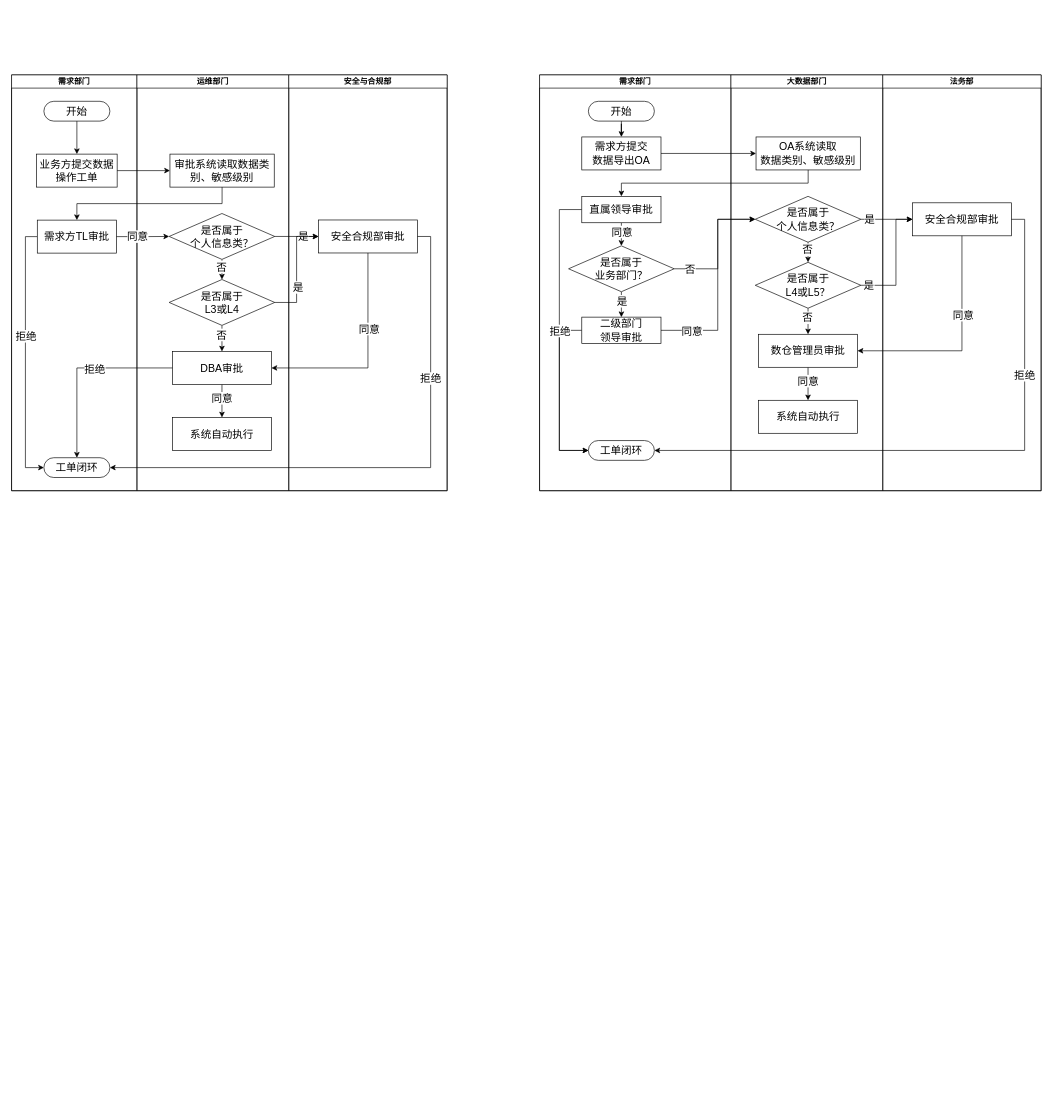
The draw.io diagram 数据分级保护各场景流程图.drawio in hongweilv-whu/flowCharts, before the edit. Source tidied: cells renumbered, new cells numbered last; positions are measured from the earlier drawing's top-left corner, leaving out a move shared by most shapes. Both pictures are drawn from the tidied source at 66%, with x=0, y=0 at pixel (11, 75).
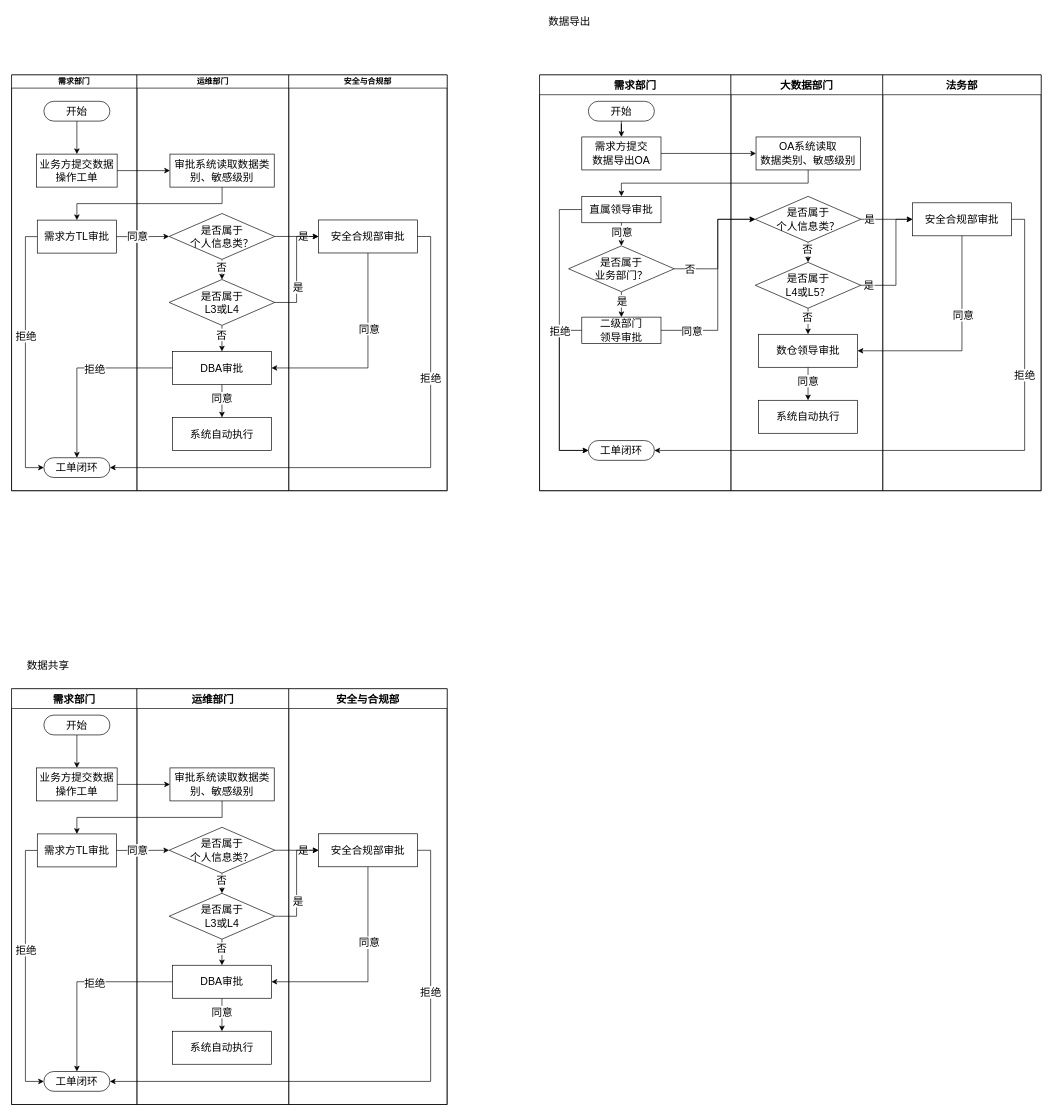
Above is the later version.

Commit message (it also covers changes not shown here):
更新数据分级保护各场景流程图.drawio

Unchanged cells that the change refers to:
```xml
<mxCell id="39" style="swimlane;startSize=0;horizontal=0;" parent="1" vertex="1">
  <mxGeometry x="800" width="760" height="630" as="geometry" />
</mxCell>
```

What changed in the source:
```diff
@@
-    <mxCell id="40" value="需求部门" style="swimlane;startSize=20;" parent="39" vertex="1">
+    <mxCell id="40" value="需求部门" style="swimlane;startSize=30;fontSize=16;" parent="39" vertex="1">
       <mxGeometry width="290" height="630" as="geometry" />
     </mxCell>
@@
-    <mxCell id="55" value="大数据部门" style="swimlane;startSize=20;" parent="39" vertex="1">
+    <mxCell id="55" value="大数据部门" style="swimlane;startSize=30;fontSize=16;" parent="39" vertex="1">
       <mxGeometry x="290" width="230" height="630" as="geometry" />
     </mxCell>
@@
-    <mxCell id="65" value="&lt;span style=&quot;font-size: 16px;&quot;&gt;数仓管理员审批&lt;/span&gt;" style="rounded=0;whiteSpace=wrap;html=1;" parent="55" vertex="1">
+    <mxCell id="65" value="&lt;span style=&quot;font-size: 16px;&quot;&gt;数仓领导审批&lt;/span&gt;" style="rounded=0;whiteSpace=wrap;html=1;" parent="55" vertex="1">
       <mxGeometry x="41.8" y="393" width="150" height="50" as="geometry" />
     </mxCell>
@@
-    <mxCell id="67" value="法务部" style="swimlane;startSize=20;" parent="39" vertex="1">
+    <mxCell id="67" value="法务部" style="swimlane;startSize=30;fontSize=16;" parent="39" vertex="1">
       <mxGeometry x="520" width="240" height="630" as="geometry" />
     </mxCell>
@@
+    <mxCell id="83" value="数据导出" style="text;html=1;align=center;verticalAlign=middle;strokeColor=none;fillColor=none;fontSize=16;" parent="1" vertex="1">
+      <mxGeometry x="800" y="-96" width="90" height="30" as="geometry" />
+    </mxCell>
+    <mxCell id="84" value="数据共享" style="text;html=1;align=center;verticalAlign=middle;strokeColor=none;fillColor=none;fontSize=16;" parent="1" vertex="1">
+      <mxGeometry x="10" y="880" width="90" height="30" as="geometry" />
+    </mxCell>
+    <mxCell id="85" style="swimlane;startSize=0;horizontal=0;" parent="1" vertex="1">
+      <mxGeometry y="930" width="660" height="630" as="geometry" />
+    </mxCell>
+    <mxCell id="86" value="需求部门" style="swimlane;startSize=30;fontSize=16;" parent="85" vertex="1">
+      <mxGeometry width="190" height="630" as="geometry" />
+    </mxCell>
+    <mxCell id="87" value="&lt;font style=&quot;font-size: 16px;&quot;&gt;业务方提交数据操作工单&lt;/font&gt;" style="rounded=0;whiteSpace=wrap;html=1;" parent="86" vertex="1">
+      <mxGeometry x="38" y="120" width="122" height="50" as="geometry" />
+    </mxCell>
+    <mxCell id="88" style="edgeStyle=orthogonalEdgeStyle;rounded=0;jettySize=auto;html=1;exitX=0.5;exitY=1;exitDx=0;exitDy=0;fontSize=16;" parent="86" edge="1" source="89" target="87">
+      <mxGeometry relative="1" as="geometry" />
+    </mxCell>
+    <mxCell id="89" value="开始" style="rounded=1;whiteSpace=wrap;html=1;fontSize=16;arcSize=50;" parent="86" vertex="1">
+      <mxGeometry x="49" y="40" width="100" height="30" as="geometry" />
+    </mxCell>
+    <mxCell id="90" style="edgeStyle=orthogonalEdgeStyle;rounded=0;jettySize=auto;html=1;exitX=0;exitY=0.5;exitDx=0;exitDy=0;entryX=0;entryY=0.5;entryDx=0;entryDy=0;fontSize=16;" parent="86" edge="1" source="92" target="93">
+      <mxGeometry relative="1" as="geometry">
+        <Array as="points">
+          <mxPoint x="21" y="245" />
+          <mxPoint x="21" y="595" />
+        </Array>
+      </mxGeometry>
+    </mxCell>
+    <mxCell id="91" value="拒绝" style="edgeLabel;html=1;align=center;verticalAlign=middle;fontSize=16;" parent="90" vertex="1">
+      <mxGeometry x="-0.15" relative="1" as="geometry" />
+    </mxCell>
+    <mxCell id="92" value="&lt;font style=&quot;font-size: 16px;&quot;&gt;需求方TL审批&lt;/font&gt;" style="rounded=0;whiteSpace=wrap;html=1;" parent="86" vertex="1">
+      <mxGeometry x="39" y="220" width="120" height="50" as="geometry" />
+    </mxCell>
+    <mxCell id="93" value="工单闭环" style="rounded=1;whiteSpace=wrap;html=1;fontSize=16;arcSize=50;" parent="86" vertex="1">
+      <mxGeometry x="49" y="580" width="100" height="30" as="geometry" />
+    </mxCell>
+    <mxCell id="94" value="运维部门" style="swimlane;startSize=30;fontSize=16;" parent="85" vertex="1">
+      <mxGeometry x="190" width="230" height="630" as="geometry" />
+    </mxCell>
+    <mxCell id="95" value="&lt;font style=&quot;font-size: 16px;&quot;&gt;审批系统读取数据类别、敏感级别&lt;/font&gt;" style="rounded=0;whiteSpace=wrap;html=1;" parent="94" vertex="1">
+      <mxGeometry x="50" y="120" width="158" height="50" as="geometry" />
+    </mxCell>
+    <mxCell id="96" style="edgeStyle=orthogonalEdgeStyle;rounded=0;jettySize=auto;html=1;exitX=0.5;exitY=1;exitDx=0;exitDy=0;entryX=0.5;entryY=0;entryDx=0;entryDy=0;fontSize=16;" parent="94" edge="1" source="98" target="101">
+      <mxGeometry relative="1" as="geometry" />
+    </mxCell>
+    <mxCell id="97" value="否" style="edgeLabel;html=1;align=center;verticalAlign=middle;fontSize=16;" parent="96" vertex="1">
+      <mxGeometry x="-0.26" y="-1" relative="1" as="geometry" />
+    </mxCell>
+    <mxCell id="98" value="是否属于&lt;br&gt;个人信息类？" style="rhombus;whiteSpace=wrap;html=1;rounded=0;fontSize=16;" parent="94" vertex="1">
+      <mxGeometry x="48.8" y="210" width="160" height="69.5" as="geometry" />
+    </mxCell>
+    <mxCell id="99" style="edgeStyle=orthogonalEdgeStyle;rounded=0;jettySize=auto;html=1;exitX=0.5;exitY=1;exitDx=0;exitDy=0;fontSize=16;" parent="94" edge="1" source="101" target="104">
+      <mxGeometry relative="1" as="geometry" />
+    </mxCell>
+    <mxCell id="100" value="否" style="edgeLabel;html=1;align=center;verticalAlign=middle;fontSize=16;" parent="99" vertex="1">
+      <mxGeometry x="-0.29" y="-1" relative="1" as="geometry" />
+    </mxCell>
+    <mxCell id="101" value="是否属于&lt;br&gt;L3或L4" style="rhombus;whiteSpace=wrap;html=1;rounded=0;fontSize=16;" parent="94" vertex="1">
+      <mxGeometry x="48.8" y="310" width="160" height="69.5" as="geometry" />
+    </mxCell>
+    <mxCell id="102" style="edgeStyle=orthogonalEdgeStyle;rounded=0;jettySize=auto;html=1;exitX=0.5;exitY=1;exitDx=0;exitDy=0;entryX=0.5;entryY=0;entryDx=0;entryDy=0;fontSize=16;" parent="94" edge="1" source="104" target="105">
+      <mxGeometry relative="1" as="geometry" />
+    </mxCell>
+    <mxCell id="103" value="同意" style="edgeLabel;html=1;align=center;verticalAlign=middle;fontSize=16;" parent="102" vertex="1">
+      <mxGeometry x="-0.21" relative="1" as="geometry" />
+    </mxCell>
+    <mxCell id="104" value="&lt;span style=&quot;font-size: 16px;&quot;&gt;DBA审批&lt;/span&gt;" style="rounded=0;whiteSpace=wrap;html=1;" parent="94" vertex="1">
+      <mxGeometry x="53.8" y="419" width="150" height="50" as="geometry" />
+    </mxCell>
+    <mxCell id="105" value="&lt;span style=&quot;font-size: 16px;&quot;&gt;系统自动执行&lt;/span&gt;" style="rounded=0;whiteSpace=wrap;html=1;" parent="94" vertex="1">
+      <mxGeometry x="53.8" y="519" width="150" height="50" as="geometry" />
+    </mxCell>
+    <mxCell id="106" value="安全与合规部" style="swimlane;startSize=30;fontSize=16;" parent="85" vertex="1">
+      <mxGeometry x="420" width="240" height="630" as="geometry" />
+    </mxCell>
+    <mxCell id="107" value="&lt;span style=&quot;font-size: 16px;&quot;&gt;安全合规部审批&lt;/span&gt;" style="rounded=0;whiteSpace=wrap;html=1;" parent="106" vertex="1">
+      <mxGeometry x="45" y="219.8" width="150" height="50" as="geometry" />
+    </mxCell>
+    <mxCell id="108" style="edgeStyle=orthogonalEdgeStyle;rounded=0;jettySize=auto;html=1;exitX=1;exitY=0.5;exitDx=0;exitDy=0;entryX=0;entryY=0.5;entryDx=0;entryDy=0;fontSize=16;" parent="85" edge="1" source="87" target="95">
+      <mxGeometry relative="1" as="geometry" />
+    </mxCell>
+    <mxCell id="109" style="edgeStyle=orthogonalEdgeStyle;rounded=0;jettySize=auto;html=1;exitX=0.5;exitY=1;exitDx=0;exitDy=0;entryX=0.5;entryY=0;entryDx=0;entryDy=0;fontSize=16;" parent="85" edge="1" source="95" target="92">
+      <mxGeometry relative="1" as="geometry" />
+    </mxCell>
+    <mxCell id="110" style="edgeStyle=orthogonalEdgeStyle;rounded=0;jettySize=auto;html=1;exitX=1;exitY=0.5;exitDx=0;exitDy=0;entryX=0;entryY=0.5;entryDx=0;entryDy=0;fontSize=16;" parent="85" edge="1" source="92" target="98">
+      <mxGeometry relative="1" as="geometry" />
+    </mxCell>
+    <mxCell id="111" value="同意" style="edgeLabel;html=1;align=center;verticalAlign=middle;fontSize=16;" parent="110" vertex="1">
+      <mxGeometry x="-0.22" y="1" relative="1" as="geometry" />
+    </mxCell>
+    <mxCell id="112" style="edgeStyle=orthogonalEdgeStyle;rounded=0;jettySize=auto;html=1;exitX=1;exitY=0.5;exitDx=0;exitDy=0;entryX=0;entryY=0.5;entryDx=0;entryDy=0;fontSize=16;" parent="85" edge="1" source="98" target="107">
+      <mxGeometry relative="1" as="geometry" />
+    </mxCell>
+    <mxCell id="113" value="是" style="edgeLabel;html=1;align=center;verticalAlign=middle;fontSize=16;" parent="112" vertex="1">
+      <mxGeometry x="0.31" relative="1" as="geometry" />
+    </mxCell>
+    <mxCell id="114" style="edgeStyle=orthogonalEdgeStyle;rounded=0;jettySize=auto;html=1;exitX=1;exitY=0.5;exitDx=0;exitDy=0;entryX=1;entryY=0.5;entryDx=0;entryDy=0;fontSize=16;" parent="85" edge="1" source="107" target="93">
+      <mxGeometry relative="1" as="geometry" />
+    </mxCell>
+    <mxCell id="115" value="拒绝" style="edgeLabel;html=1;align=center;verticalAlign=middle;fontSize=16;" parent="114" vertex="1">
+      <mxGeometry x="-0.45" y="-1" relative="1" as="geometry" />
+    </mxCell>
+    <mxCell id="116" style="edgeStyle=orthogonalEdgeStyle;rounded=0;jettySize=auto;html=1;exitX=1;exitY=0.5;exitDx=0;exitDy=0;entryX=0;entryY=0.5;entryDx=0;entryDy=0;fontSize=16;" parent="85" edge="1" source="101" target="107">
+      <mxGeometry relative="1" as="geometry" />
+    </mxCell>
+    <mxCell id="117" value="是" style="edgeLabel;html=1;align=center;verticalAlign=middle;fontSize=16;" parent="116" vertex="1">
+      <mxGeometry x="-0.33" y="-2" relative="1" as="geometry" />
+    </mxCell>
+    <mxCell id="118" style="edgeStyle=orthogonalEdgeStyle;rounded=0;jettySize=auto;html=1;exitX=0.5;exitY=1;exitDx=0;exitDy=0;entryX=1;entryY=0.5;entryDx=0;entryDy=0;fontSize=16;" parent="85" edge="1" source="107" target="104">
+      <mxGeometry relative="1" as="geometry" />
+    </mxCell>
+    <mxCell id="119" value="同意" style="edgeLabel;html=1;align=center;verticalAlign=middle;fontSize=16;" parent="118" vertex="1">
+      <mxGeometry x="-0.28" y="1" relative="1" as="geometry" />
+    </mxCell>
+    <mxCell id="120" style="edgeStyle=orthogonalEdgeStyle;rounded=0;jettySize=auto;html=1;exitX=0;exitY=0.5;exitDx=0;exitDy=0;entryX=0.5;entryY=0;entryDx=0;entryDy=0;fontSize=16;" parent="85" edge="1" source="104" target="93">
+      <mxGeometry relative="1" as="geometry" />
+    </mxCell>
+    <mxCell id="121" value="拒绝" style="edgeLabel;html=1;align=center;verticalAlign=middle;fontSize=16;" parent="120" vertex="1">
+      <mxGeometry x="-0.16" y="1" relative="1" as="geometry" />
+    </mxCell>
```
